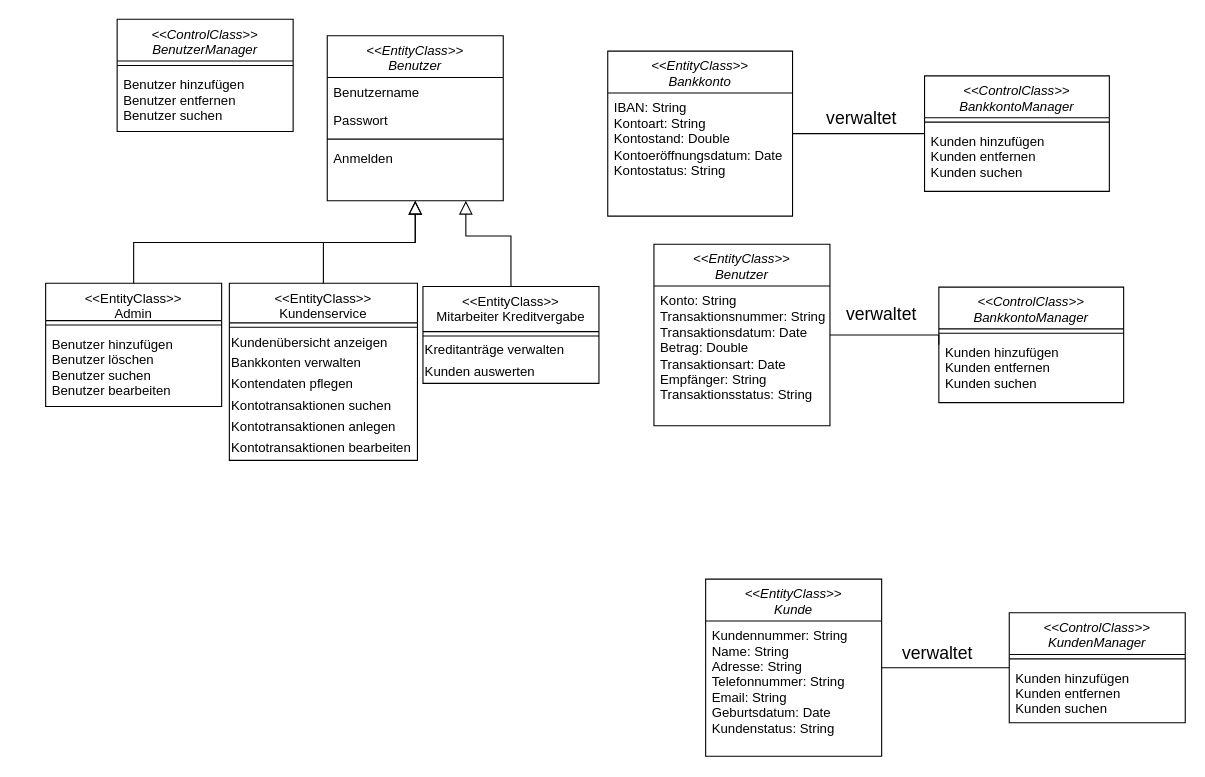
Earlier version of the draw.io diagram page "Technischer Entwurf" (5 of 5) of Datenmodell.drawio (JaSc2912/VerteilteAnwendungen). Source tidied: cells renumbered, new cells numbered last; positions are measured from the earlier drawing's top-left corner, leaving out a move shared by most shapes. Both pictures are drawn from the tidied source at 110%, with x=0, y=0 at pixel (45, 19).
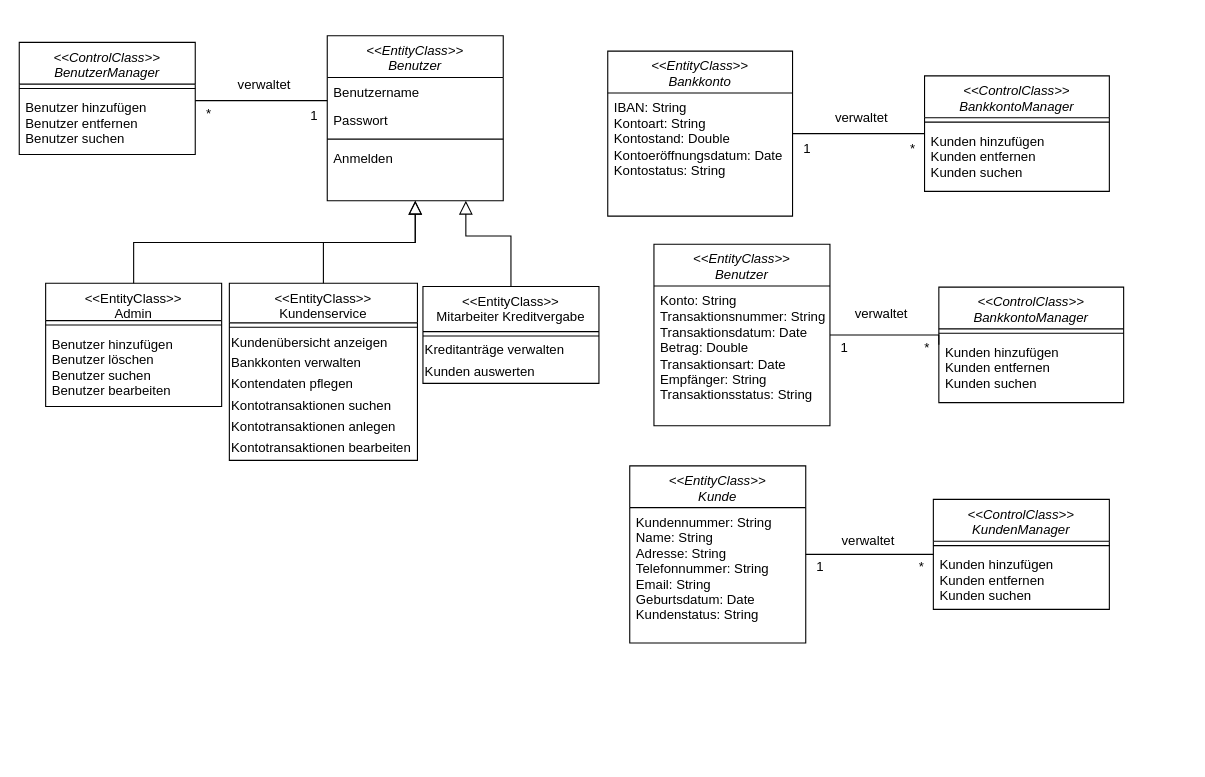
After the change.

Diff of the diagram source:
```diff
@@
     <mxCell id="19" value="&lt;&lt;ControlClass&gt;&gt;&#10;BenutzerManager" style="swimlane;fontStyle=2;align=center;verticalAlign=top;horizontal=1;startSize=38;rounded=0;shadow=0;strokeWidth=1;" parent="1" vertex="1">
-      <mxGeometry x="65" width="160" height="102" as="geometry" />
+      <mxGeometry x="-24" y="21" width="160" height="102" as="geometry" />
     </mxCell>
@@
     <mxCell id="28" value="&lt;&lt;EntityClass&gt;&gt;&#10;Kunde" style="swimlane;fontStyle=2;align=center;verticalAlign=top;horizontal=1;startSize=38;rounded=0;shadow=0;strokeWidth=1;" parent="1" vertex="1">
-      <mxGeometry x="600" y="509" width="160" height="161" as="geometry" />
+      <mxGeometry x="531" y="406" width="160" height="161" as="geometry" />
     </mxCell>
@@
     <mxCell id="30" value="&lt;&lt;ControlClass&gt;&gt;&#10;KundenManager" style="swimlane;fontStyle=2;align=center;verticalAlign=top;horizontal=1;startSize=38;rounded=0;shadow=0;strokeWidth=1;" parent="1" vertex="1">
-      <mxGeometry x="876" y="539.5" width="160" height="100" as="geometry" />
+      <mxGeometry x="807" y="436.5" width="160" height="100" as="geometry" />
     </mxCell>
@@
-    <mxCell id="36" value="verwaltet" style="text;strokeColor=none;fillColor=none;html=1;align=center;verticalAlign=middle;whiteSpace=wrap;rounded=0;fontSize=16;" parent="1" vertex="1">
+    <mxCell id="36" value="verwaltet" style="text;strokeColor=none;fillColor=none;html=1;align=center;verticalAlign=middle;whiteSpace=wrap;rounded=0;fontSize=12;" parent="1" vertex="1">
       <mxGeometry x="708" y="75" width="68" height="30" as="geometry" />
     </mxCell>
-    <mxCell id="37" value="verwaltet" style="text;strokeColor=none;fillColor=none;html=1;align=center;verticalAlign=middle;whiteSpace=wrap;rounded=0;fontSize=16;" parent="1" vertex="1">
-      <mxGeometry x="776" y="565" width="70" height="22" as="geometry" />
+    <mxCell id="37" value="verwaltet" style="text;strokeColor=none;fillColor=none;html=1;align=center;verticalAlign=middle;whiteSpace=wrap;rounded=0;fontSize=12;" parent="1" vertex="1">
+      <mxGeometry x="713" y="463" width="70" height="22" as="geometry" />
     </mxCell>
@@
-    <mxCell id="42" value="verwaltet" style="text;strokeColor=none;fillColor=none;html=1;align=center;verticalAlign=middle;whiteSpace=wrap;rounded=0;fontSize=16;" parent="1" vertex="1">
+    <mxCell id="42" value="verwaltet" style="text;strokeColor=none;fillColor=none;html=1;align=center;verticalAlign=middle;whiteSpace=wrap;rounded=0;fontSize=12;" parent="1" vertex="1">
       <mxGeometry x="726" y="253" width="68" height="30" as="geometry" />
     </mxCell>
+    <mxCell id="43" value="1" style="text;html=1;align=center;verticalAlign=middle;strokeColor=none;fillColor=none;" parent="1" vertex="1">
+      <mxGeometry x="679" y="105" width="25" height="26" as="geometry" />
+    </mxCell>
+    <mxCell id="44" value="*" style="text;html=1;align=center;verticalAlign=middle;strokeColor=none;fillColor=none;" parent="1" vertex="1">
+      <mxGeometry x="776" y="105" width="23" height="26" as="geometry" />
+    </mxCell>
+    <mxCell id="45" value="1" style="text;html=1;align=center;verticalAlign=middle;strokeColor=none;fillColor=none;" parent="1" vertex="1">
+      <mxGeometry x="713" y="286" width="25" height="26" as="geometry" />
+    </mxCell>
+    <mxCell id="46" value="*" style="text;html=1;align=center;verticalAlign=middle;strokeColor=none;fillColor=none;" parent="1" vertex="1">
+      <mxGeometry x="789" y="286" width="23" height="26" as="geometry" />
+    </mxCell>
+    <mxCell id="47" value="1" style="text;html=1;align=center;verticalAlign=middle;strokeColor=none;fillColor=none;" parent="1" vertex="1">
+      <mxGeometry x="691" y="485" width="25" height="26" as="geometry" />
+    </mxCell>
+    <mxCell id="48" value="*" style="text;html=1;align=center;verticalAlign=middle;strokeColor=none;fillColor=none;" parent="1" vertex="1">
+      <mxGeometry x="784" y="485" width="23" height="26" as="geometry" />
+    </mxCell>
+    <mxCell id="49" style="edgeStyle=none;curved=0;rounded=0;orthogonalLoop=1;jettySize=auto;html=1;fontSize=12;endArrow=none;startFill=0;" parent="1" edge="1">
+      <mxGeometry relative="1" as="geometry">
+        <mxPoint x="136" y="74" as="sourcePoint" />
+        <mxPoint x="256" y="74" as="targetPoint" />
+      </mxGeometry>
+    </mxCell>
+    <mxCell id="50" value="verwaltet" style="text;strokeColor=none;fillColor=none;html=1;align=center;verticalAlign=middle;whiteSpace=wrap;rounded=0;fontSize=12;" parent="1" vertex="1">
+      <mxGeometry x="165" y="45" width="68" height="30" as="geometry" />
+    </mxCell>
+    <mxCell id="51" value="1" style="text;html=1;align=center;verticalAlign=middle;strokeColor=none;fillColor=none;" parent="1" vertex="1">
+      <mxGeometry x="231" y="75" width="25" height="26" as="geometry" />
+    </mxCell>
+    <mxCell id="52" value="*" style="text;html=1;align=center;verticalAlign=middle;strokeColor=none;fillColor=none;" parent="1" vertex="1">
+      <mxGeometry x="136" y="73" width="23" height="26" as="geometry" />
+    </mxCell>
```
